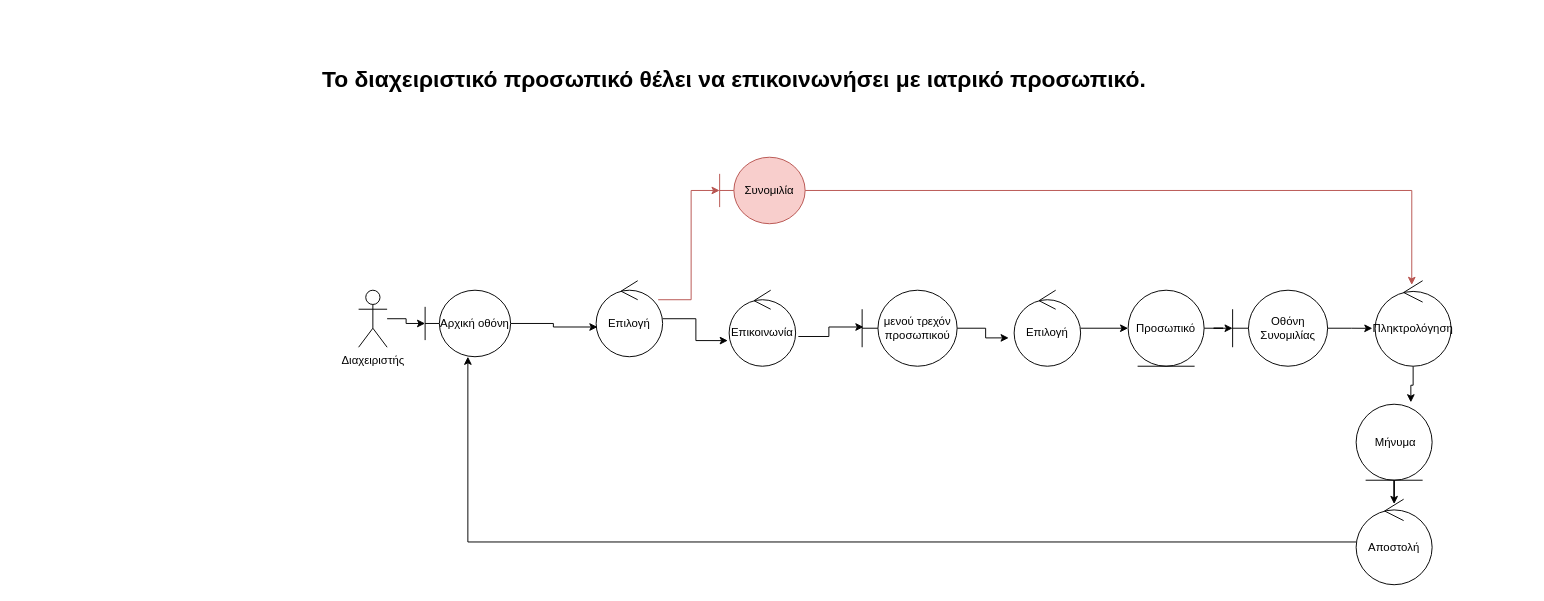
Earlier version of the draw.io diagram 3η Παραδοση/spyros_robustness/r_epikinonia.drawio (PMamasoulas/SoftwareEngineeringProject). Source tidied: cells renumbered, new cells numbered last; positions are measured from the earlier drawing's top-left corner, leaving out a move shared by most shapes. Both pictures are drawn from the tidied source at 95%, with x=0, y=0 at pixel (16, 62).
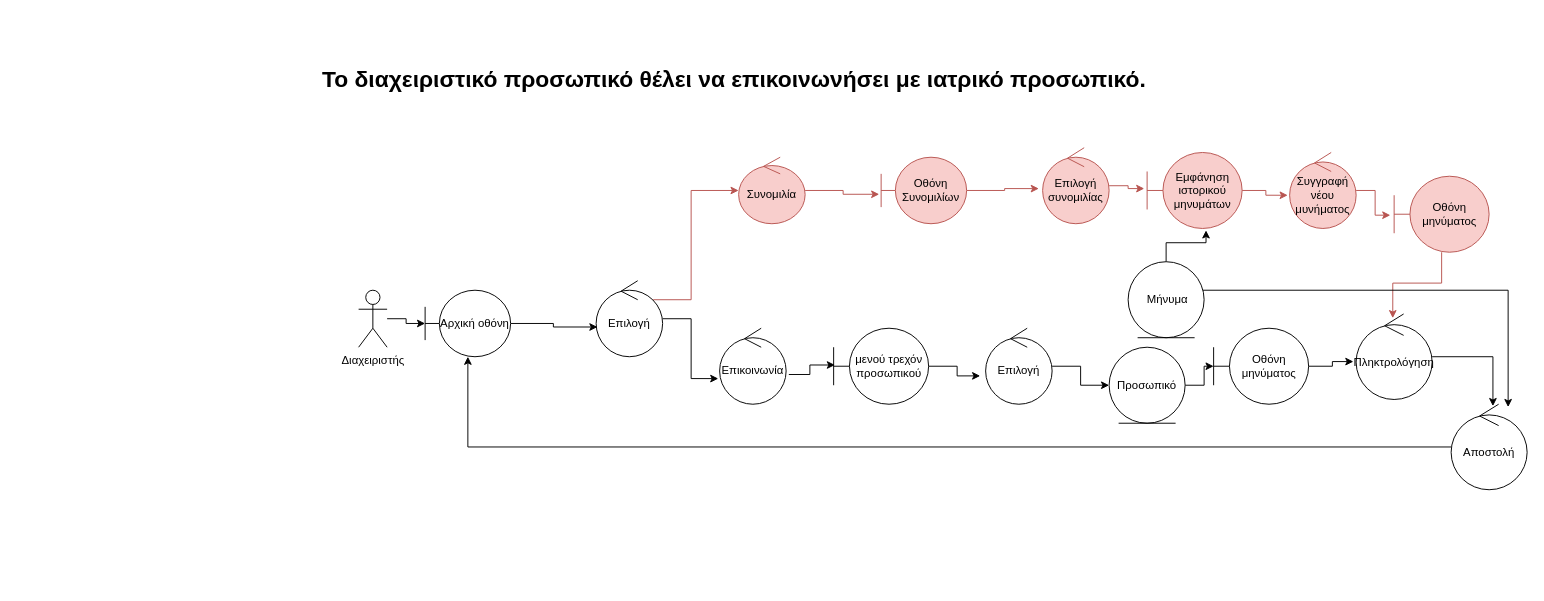
Above is the later version.

Unchanged cells that the change refers to:
```xml
<mxCell id="9" value="Επιλογή" style="ellipse;shape=umlControl;whiteSpace=wrap;html=1;" parent="1" vertex="1">
  <mxGeometry x="610" y="230" width="70" height="80" as="geometry" />
</mxCell>
```

Diff of the diagram source:
```diff
@@
-    <mxCell id="8" style="edgeStyle=orthogonalEdgeStyle;rounded=0;jettySize=auto;html=1;entryX=0;entryY=0.5;entryDx=0;entryDy=0;fillColor=#f8cecc;strokeColor=#b85450;" parent="1" edge="1" source="9" target="25">
+    <mxCell id="8" style="edgeStyle=orthogonalEdgeStyle;rounded=0;jettySize=auto;html=1;entryX=0;entryY=0.5;entryDx=0;entryDy=0;fillColor=#f8cecc;strokeColor=#b85450;" parent="1" edge="1" target="25">
       <mxGeometry relative="1" as="geometry">
+        <mxPoint x="670" y="250" as="sourcePoint" />
         <Array as="points">
           <mxPoint x="710" y="250" />
           <mxPoint x="710" y="135" />
         </Array>
       </mxGeometry>
     </mxCell>
@@
     <mxCell id="11" value="Επικοινωνία" style="ellipse;shape=umlControl;whiteSpace=wrap;html=1;" parent="1" vertex="1">
-      <mxGeometry x="750" y="240" width="70" height="80" as="geometry" />
+      <mxGeometry x="740" y="280" width="70" height="80" as="geometry" />
     </mxCell>
@@
     <mxCell id="13" value="μενού τρεχόν προσωπικού" style="shape=umlBoundary;whiteSpace=wrap;html=1;" parent="1" vertex="1">
-      <mxGeometry x="890" y="240" width="100" height="80" as="geometry" />
+      <mxGeometry x="860" y="280" width="100" height="80" as="geometry" />
     </mxCell>
@@
     <mxCell id="15" value="Επιλογή" style="ellipse;shape=umlControl;whiteSpace=wrap;html=1;" parent="1" vertex="1">
-      <mxGeometry x="1050" y="240" width="70" height="80" as="geometry" />
+      <mxGeometry x="1020" y="280" width="70" height="80" as="geometry" />
     </mxCell>
@@
     <mxCell id="17" value="Προσωπικό" style="ellipse;shape=umlEntity;whiteSpace=wrap;html=1;" parent="1" vertex="1">
-      <mxGeometry x="1170" y="240" width="80" height="80" as="geometry" />
+      <mxGeometry x="1150" y="300" width="80" height="80" as="geometry" />
     </mxCell>
@@
-    <mxCell id="19" value="Οθόνη Συνομιλίας" style="shape=umlBoundary;whiteSpace=wrap;html=1;fontFamily=Helvetica;fontSize=12;fontColor=#000000;align=center;strokeColor=#000000;fillColor=#ffffff;" parent="1" vertex="1">
-      <mxGeometry x="1280" y="240" width="100" height="80" as="geometry" />
+    <mxCell id="19" value="Οθόνη μηνύματος" style="shape=umlBoundary;whiteSpace=wrap;html=1;fontFamily=Helvetica;fontSize=12;fontColor=#000000;align=center;strokeColor=#000000;fillColor=#ffffff;" parent="1" vertex="1">
+      <mxGeometry x="1260" y="280" width="100" height="80" as="geometry" />
     </mxCell>
-    <mxCell id="20" style="edgeStyle=orthogonalEdgeStyle;rounded=0;jettySize=auto;html=1;entryX=0.72;entryY=-0.025;entryDx=0;entryDy=0;entryPerimeter=0;" parent="1" edge="1" source="21" target="27">
-      <mxGeometry relative="1" as="geometry" />
-    </mxCell>
+    <mxCell id="28" style="edgeStyle=orthogonalEdgeStyle;rounded=0;jettySize=auto;html=1;entryX=0.55;entryY=0.022;entryDx=0;entryDy=0;entryPerimeter=0;" parent="1" edge="1" source="21" target="23">
+      <mxGeometry relative="1" as="geometry" />
+    </mxCell>
     <mxCell id="21" value="Πληκτρολόγηση" style="ellipse;shape=umlControl;whiteSpace=wrap;html=1;" parent="1" vertex="1">
-      <mxGeometry x="1430" y="230" width="80" height="90" as="geometry" />
+      <mxGeometry x="1410" y="265" width="80" height="90" as="geometry" />
     </mxCell>
@@
     <mxCell id="23" value="Αποστολή" style="ellipse;shape=umlControl;whiteSpace=wrap;html=1;" parent="1" vertex="1">
-      <mxGeometry x="1410" y="460" width="80" height="90" as="geometry" />
+      <mxGeometry x="1510" y="360" width="80" height="90" as="geometry" />
     </mxCell>
-    <mxCell id="24" style="edgeStyle=orthogonalEdgeStyle;rounded=0;jettySize=auto;html=1;entryX=0.482;entryY=0.049;entryDx=0;entryDy=0;entryPerimeter=0;fillColor=#f8cecc;strokeColor=#b85450;" parent="1" edge="1" source="25" target="21">
+    <mxCell id="24" style="edgeStyle=orthogonalEdgeStyle;rounded=0;jettySize=auto;html=1;entryX=0.482;entryY=0.049;entryDx=0;entryDy=0;entryPerimeter=0;fillColor=#f8cecc;strokeColor=#b85450;startArrow=none;" parent="1" edge="1" source="40" target="21">
       <mxGeometry relative="1" as="geometry" />
     </mxCell>
+    <mxCell id="29" style="edgeStyle=orthogonalEdgeStyle;rounded=0;jettySize=auto;html=1;fillColor=#f8cecc;strokeColor=#b85450;" parent="1" edge="1" source="25">
+      <mxGeometry relative="1" as="geometry">
+        <mxPoint x="908" y="139" as="targetPoint" />
+        <Array as="points">
+          <mxPoint x="870" y="135" />
+          <mxPoint x="870" y="139" />
+        </Array>
+      </mxGeometry>
+    </mxCell>
-    <mxCell id="25" value="Συνομιλία" style="shape=umlBoundary;whiteSpace=wrap;html=1;fontFamily=Helvetica;fontSize=12;fontColor=#000000;align=center;strokeColor=#b85450;fillColor=#f8cecc;" parent="1" vertex="1">
-      <mxGeometry x="740" y="100" width="90" height="70" as="geometry" />
+    <mxCell id="25" value="Συνομιλία" style="ellipse;shape=umlControl;whiteSpace=wrap;html=1;fontFamily=Helvetica;fontSize=12;fontColor=#000000;align=center;strokeColor=#b85450;fillColor=#f8cecc;" parent="1" vertex="1">
+      <mxGeometry x="760" y="100" width="70" height="70" as="geometry" />
     </mxCell>
-    <mxCell id="26" style="edgeStyle=orthogonalEdgeStyle;rounded=0;jettySize=auto;html=1;entryX=0.5;entryY=0.056;entryDx=0;entryDy=0;entryPerimeter=0;" parent="1" edge="1" source="27" target="23">
-      <mxGeometry relative="1" as="geometry" />
-    </mxCell>
+    <mxCell id="30" style="edgeStyle=orthogonalEdgeStyle;rounded=0;jettySize=auto;html=1;entryX=-0.057;entryY=0.538;entryDx=0;entryDy=0;entryPerimeter=0;fillColor=#f8cecc;strokeColor=#b85450;" parent="1" edge="1" source="31" target="33">
+      <mxGeometry relative="1" as="geometry" />
+    </mxCell>
+    <mxCell id="31" value="Οθόνη Συνομιλίων" style="shape=umlBoundary;whiteSpace=wrap;html=1;fontFamily=Helvetica;fontSize=12;fontColor=#000000;align=center;strokeColor=#b85450;fillColor=#f8cecc;" parent="1" vertex="1">
+      <mxGeometry x="910" y="100" width="90" height="70" as="geometry" />
+    </mxCell>
+    <mxCell id="32" style="edgeStyle=orthogonalEdgeStyle;rounded=0;jettySize=auto;html=1;entryX=-0.03;entryY=0.475;entryDx=0;entryDy=0;entryPerimeter=0;fillColor=#f8cecc;strokeColor=#b85450;" parent="1" edge="1" source="33" target="35">
+      <mxGeometry relative="1" as="geometry" />
+    </mxCell>
+    <mxCell id="33" value="Επιλογή συνομιλίας" style="ellipse;shape=umlControl;whiteSpace=wrap;html=1;fillColor=#f8cecc;strokeColor=#b85450;" parent="1" vertex="1">
+      <mxGeometry x="1080" y="90" width="70" height="80" as="geometry" />
+    </mxCell>
+    <mxCell id="34" style="edgeStyle=orthogonalEdgeStyle;rounded=0;jettySize=auto;html=1;entryX=-0.029;entryY=0.563;entryDx=0;entryDy=0;entryPerimeter=0;fillColor=#f8cecc;strokeColor=#b85450;" parent="1" edge="1" source="35" target="37">
+      <mxGeometry relative="1" as="geometry" />
+    </mxCell>
+    <mxCell id="35" value="Εμφάνηση ιστορικού μηνυμάτων" style="shape=umlBoundary;whiteSpace=wrap;html=1;fillColor=#f8cecc;strokeColor=#b85450;" parent="1" vertex="1">
+      <mxGeometry x="1190" y="95" width="100" height="80" as="geometry" />
+    </mxCell>
+    <mxCell id="36" style="edgeStyle=orthogonalEdgeStyle;rounded=0;jettySize=auto;html=1;entryX=-0.04;entryY=0.513;entryDx=0;entryDy=0;entryPerimeter=0;fillColor=#f8cecc;strokeColor=#b85450;" parent="1" edge="1" source="37" target="40">
+      <mxGeometry relative="1" as="geometry" />
+    </mxCell>
+    <mxCell id="37" value="Συγγραφή νέου μυνήματος" style="ellipse;shape=umlControl;whiteSpace=wrap;html=1;fillColor=#f8cecc;strokeColor=#b85450;" parent="1" vertex="1">
+      <mxGeometry x="1340" y="95" width="70" height="80" as="geometry" />
+    </mxCell>
+    <mxCell id="38" style="edgeStyle=orthogonalEdgeStyle;rounded=0;jettySize=auto;html=1;entryX=0.62;entryY=1.025;entryDx=0;entryDy=0;entryPerimeter=0;" parent="1" edge="1" source="27" target="35">
+      <mxGeometry relative="1" as="geometry" />
+    </mxCell>
+    <mxCell id="39" style="edgeStyle=orthogonalEdgeStyle;rounded=0;jettySize=auto;html=1;" parent="1" edge="1" source="27">
+      <mxGeometry relative="1" as="geometry">
+        <mxPoint x="1570" y="363" as="targetPoint" />
+        <Array as="points">
+          <mxPoint x="1570" y="240" />
+          <mxPoint x="1570" y="363" />
+        </Array>
+      </mxGeometry>
+    </mxCell>
     <mxCell id="27" value="&amp;nbsp;Μήνυμα" style="ellipse;shape=umlEntity;whiteSpace=wrap;html=1;fontFamily=Helvetica;fontSize=12;fontColor=#000000;align=center;strokeColor=#000000;fillColor=#ffffff;" parent="1" vertex="1">
-      <mxGeometry x="1410" y="360" width="80" height="80" as="geometry" />
+      <mxGeometry x="1170" y="210" width="80" height="80" as="geometry" />
     </mxCell>
+    <mxCell id="40" value="Οθόνη μηνύματος" style="shape=umlBoundary;whiteSpace=wrap;html=1;fillColor=#f8cecc;strokeColor=#b85450;" parent="1" vertex="1">
+      <mxGeometry x="1450" y="120" width="100" height="80" as="geometry" />
+    </mxCell>
```
